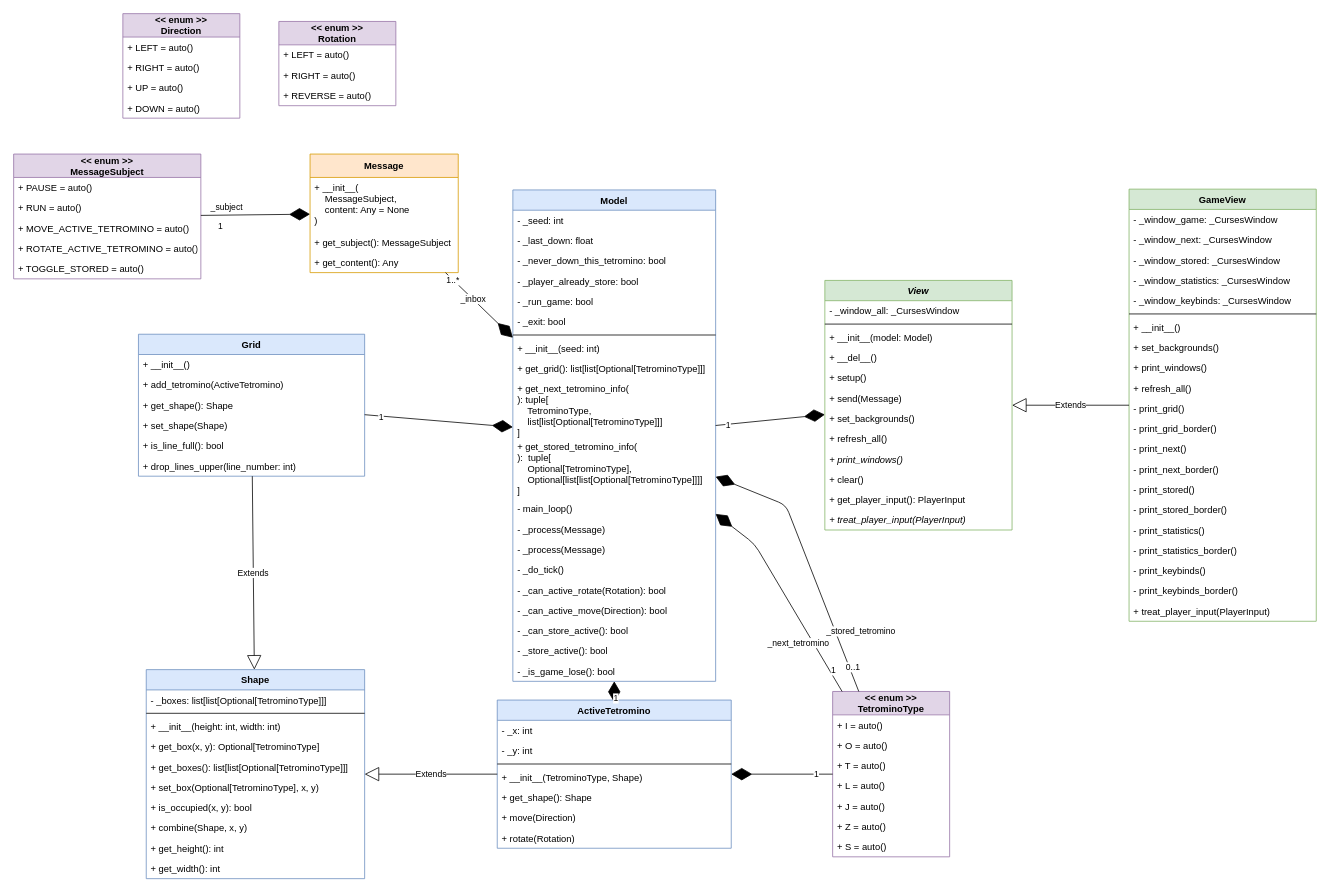
Before: information/class diagram.drawio in le-chartreux/Tertris, a draw.io diagram. Source tidied: cells renumbered, new cells numbered last; positions are measured from the earlier drawing's top-left corner, leaving out a move shared by most shapes. Both pictures are drawn from the tidied source at 78%, with x=0, y=0 at pixel (13, 13).
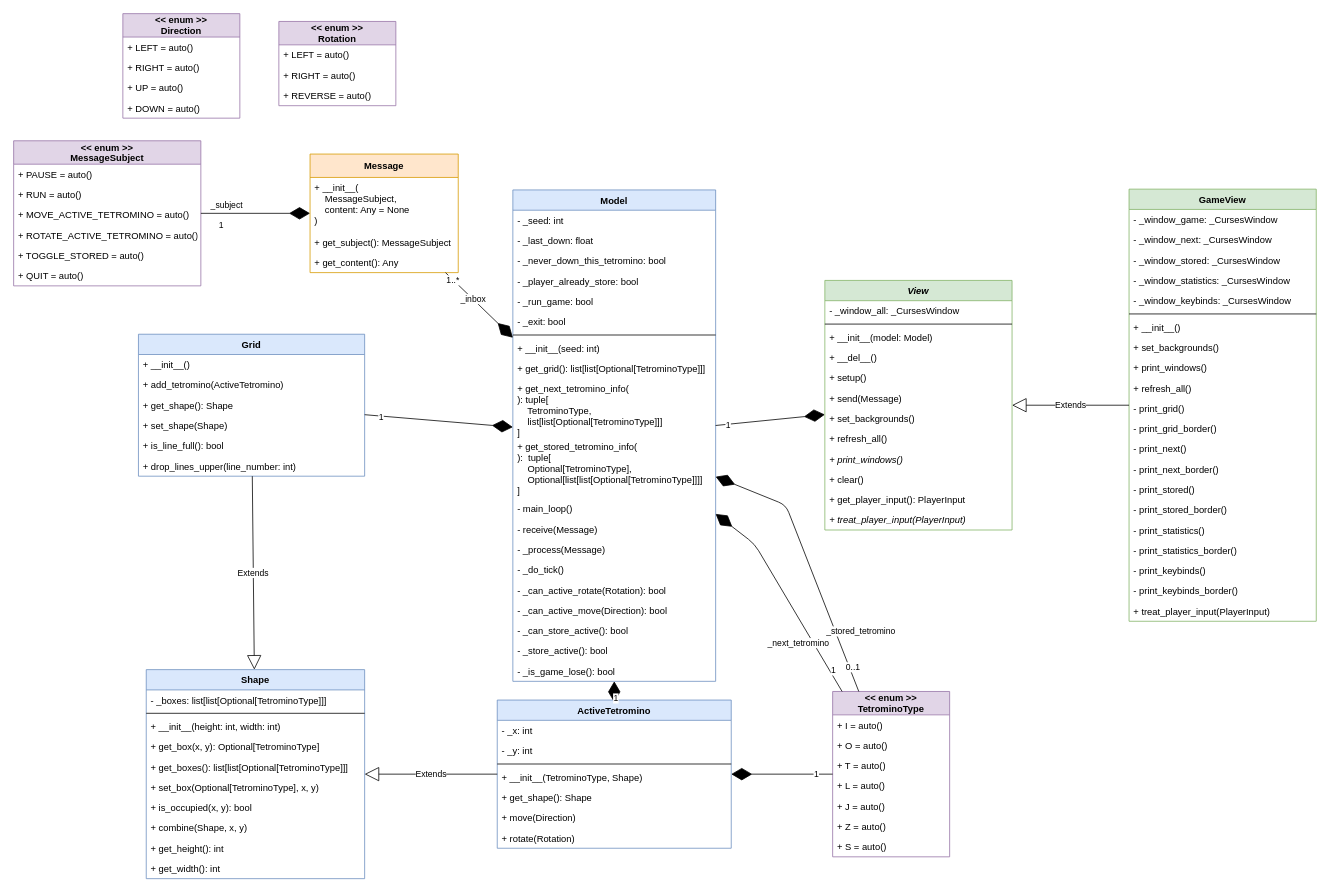
After the change.

Unchanged cells that the change refers to:
```xml
<mxCell id="2" value="Model" style="swimlane;fontStyle=1;align=center;verticalAlign=top;horizontal=1;startSize=26;fillColor=#dae8fc;strokeColor=#6c8ebf;" parent="1" vertex="1">
  <mxGeometry x="640" y="226" width="260" height="630" as="geometry" />
</mxCell>
```

The edit, as a diff of the source:
```diff
@@
-    <mxCell id="15" value="- _process(Message)" style="text;strokeColor=none;fillColor=none;align=left;verticalAlign=top;spacingLeft=4;spacingRight=4;overflow=hidden;" parent="2" vertex="1">
+    <mxCell id="15" value="- receive(Message)" style="text;strokeColor=none;fillColor=none;align=left;verticalAlign=top;spacingLeft=4;spacingRight=4;overflow=hidden;" parent="2" vertex="1">
       <mxGeometry y="422" width="260" height="26" as="geometry" />
     </mxCell>
@@
     <mxCell id="92" value="&lt;&lt; enum &gt;&gt;&#10;MessageSubject" style="swimlane;fontStyle=1;horizontal=1;startSize=30;fillColor=#e1d5e7;rounded=0;strokeColor=#9673a6;" parent="1" vertex="1">
-      <mxGeometry y="180" width="240" height="160" as="geometry" />
+      <mxGeometry y="163" width="240" height="186" as="geometry" />
     </mxCell>
@@
+    <mxCell id="134" value="+ QUIT = auto()" style="text;strokeColor=none;fillColor=none;align=left;verticalAlign=top;spacingLeft=4;spacingRight=4;overflow=hidden;" parent="92" vertex="1">
+      <mxGeometry y="160" width="240" height="26" as="geometry" />
+    </mxCell>
```
